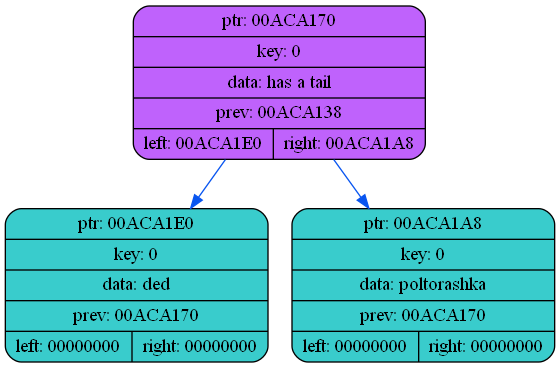
This is dump/dump1.png from coffee8cat/akinator, a Graphviz export, as it was before one commit. Its source is kept beside it as dump/dump1.dot.
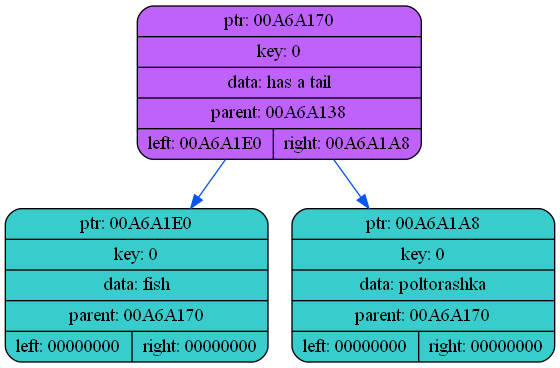
Above is the later version.

The edit, as a diff of the source:
```diff
@@ -2,9 +2,9 @@
 {
     rankdir=TP
 
-        node00ACA170[shape=record,style="rounded,filled",fillcolor="#BF62FC",label="{ ptr: 00ACA170 | key: 0 | data: has a tail| prev: 00ACA138| { left: 00ACA1E0 | right: 00ACA1A8 }}"];
-    node00ACA170 -> node00ACA1E0[color="#0855F0"]
-    node00ACA1E0[shape=record,style="rounded,filled",fillcolor="#39CCCC",label="{ ptr: 00ACA1E0 | key: 0 | data: ded| prev: 00ACA170 | { left: 00000000 | right: 00000000 }}"];
-    node00ACA170 -> node00ACA1A8[color="#0855F0"]
-    node00ACA1A8[shape=record,style="rounded,filled",fillcolor="#39CCCC",label="{ ptr: 00ACA1A8 | key: 0 | data: poltorashka| prev: 00ACA170 | { left: 00000000 | right: 00000000 }}"];
+        node00A6A170[shape=record,style="rounded,filled",fillcolor="#BF62FC",label="{ ptr: 00A6A170 | key: 0 | data: has a tail| parent: 00A6A138| { left: 00A6A1E0 | right: 00A6A1A8 }}"];
+    node00A6A170 -> node00A6A1E0[color="#0855F0"]
+    node00A6A1E0[shape=record,style="rounded,filled",fillcolor="#39CCCC",label="{ ptr: 00A6A1E0 | key: 0 | data: fish| parent: 00A6A170 | { left: 00000000 | right: 00000000 }}"];
+    node00A6A170 -> node00A6A1A8[color="#0855F0"]
+    node00A6A1A8[shape=record,style="rounded,filled",fillcolor="#39CCCC",label="{ ptr: 00A6A1A8 | key: 0 | data: poltorashka| parent: 00A6A170 | { left: 00000000 | right: 00000000 }}"];
 }
```
